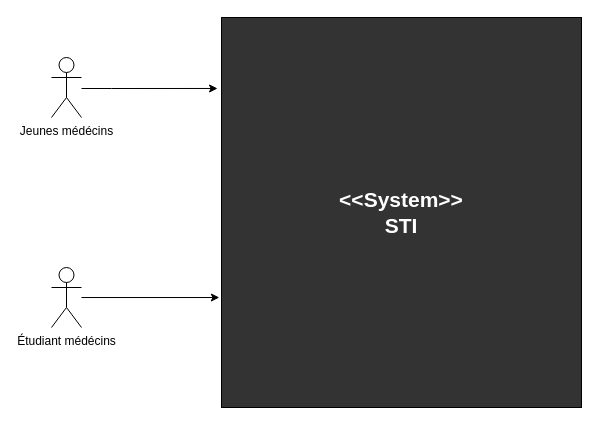
Above: page "Context Diagram" (1 of 2) of diagrams_uml/context.drawio in script-0/STI_ENSPY_2022 (draw.io), before the change. Source tidied: cells renumbered, new cells numbered last; positions are measured from the earlier drawing's top-left corner, leaving out a move shared by most shapes. Both pictures are drawn from the tidied source at 100%, with x=0, y=0 at pixel (51, 17).
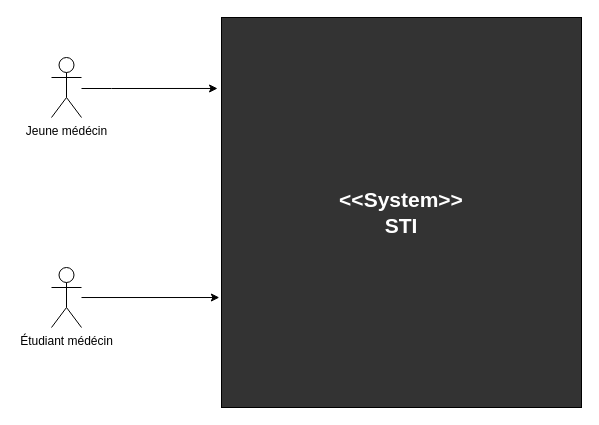
The same page after the edit.

Change to the diagram source:
```diff
@@
 <mxGraphModel>
   <root>
     <mxCell id="0" />
     <mxCell id="1" parent="0" />
     <mxCell id="2" style="edgeStyle=orthogonalEdgeStyle;rounded=0;jettySize=auto;html=1;entryX=-0.011;entryY=0.182;entryDx=0;entryDy=0;entryPerimeter=0;" parent="1" edge="1" source="3" target="4">
       <mxGeometry relative="1" as="geometry">
         <Array as="points">
           <mxPoint x="60" y="71" />
           <mxPoint x="60" y="71" />
         </Array>
       </mxGeometry>
     </mxCell>
-    <mxCell id="3" value="Jeunes médécins" style="shape=umlActor;verticalLabelPosition=bottom;verticalAlign=top;html=1;outlineConnect=0;" parent="1" vertex="1">
+    <mxCell id="3" value="Jeune médécin" style="shape=umlActor;verticalLabelPosition=bottom;verticalAlign=top;html=1;outlineConnect=0;" parent="1" vertex="1">
       <mxGeometry y="40" width="30" height="60" as="geometry" />
     </mxCell>
     <mxCell id="4" value="&lt;font style=&quot;font-size: 21px&quot;&gt;&lt;b&gt;&lt;font style=&quot;font-size: 21px&quot; color=&quot;#FFFFFF&quot;&gt;&amp;lt;&amp;lt;System&amp;gt;&amp;gt;&lt;br&gt;STI&lt;/font&gt;&lt;/b&gt;&lt;/font&gt;" style="rounded=0;whiteSpace=wrap;html=1;fillColor=#333333;" parent="1" vertex="1">
       <mxGeometry x="170" width="360" height="390" as="geometry" />
     </mxCell>
     <mxCell id="5" style="edgeStyle=orthogonalEdgeStyle;rounded=0;jettySize=auto;html=1;entryX=-0.006;entryY=0.718;entryDx=0;entryDy=0;entryPerimeter=0;" parent="1" edge="1" source="6" target="4">
       <mxGeometry relative="1" as="geometry" />
     </mxCell>
-    <mxCell id="6" value="Étudiant médécins" style="shape=umlActor;verticalLabelPosition=bottom;verticalAlign=top;html=1;outlineConnect=0;" parent="1" vertex="1">
+    <mxCell id="6" value="Étudiant médécin" style="shape=umlActor;verticalLabelPosition=bottom;verticalAlign=top;html=1;outlineConnect=0;" parent="1" vertex="1">
       <mxGeometry y="250" width="30" height="60" as="geometry" />
     </mxCell>
   </root>
 </mxGraphModel>
```
